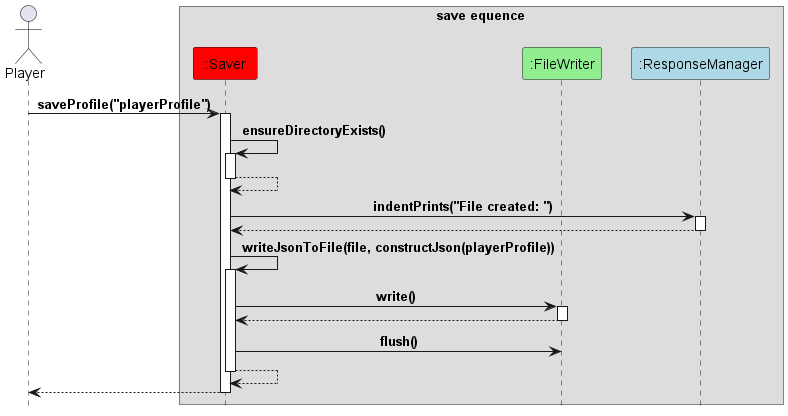
Earlier version of the PlantUML export docs/UML diagram/Save.png (StargazerX0/tp). Source of this version:
```plantuml
@startuml
!include Style.puml

Actor "Player" as player
box "save equence"
participant ":Saver" as saver #Red
participant ":FileWriter" as fileWriter #lightGreen
participant ":ResponseManager" as responseManager #LightBlue
end box

player -> saver : saveProfile("playerProfile")
activate saver

saver -> saver : ensureDirectoryExists()
activate saver
return

saver -> responseManager : indentPrints("File created: ")
activate responseManager
return

saver -> saver : writeJsonToFile(file, constructJson(playerProfile))
activate saver

saver -> fileWriter : write()
activate fileWriter
return

saver -> fileWriter : flush()
return
return
@enduml
```
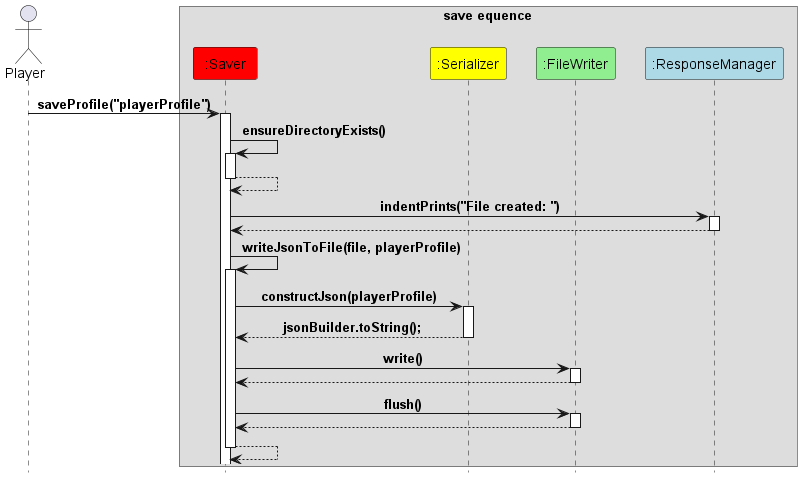
The same diagram one commit later.

The edit, as a diff of the source:
```diff
@@ -4,6 +4,7 @@
 Actor "Player" as player
 box "save equence"
 participant ":Saver" as saver #Red
+participant ":Serializer" as serializer #Yellow
 participant ":FileWriter" as fileWriter #lightGreen
 participant ":ResponseManager" as responseManager #LightBlue
 end box
@@ -19,14 +20,20 @@
 activate responseManager
 return
 
-saver -> saver : writeJsonToFile(file, constructJson(playerProfile))
+saver -> saver : writeJsonToFile(file, playerProfile)
 activate saver
+
+saver -> serializer : constructJson(playerProfile)
+activate serializer
+return jsonBuilder.toString();
+
 
 saver -> fileWriter : write()
 activate fileWriter
 return
 
 saver -> fileWriter : flush()
+activate fileWriter
 return
 return
 @enduml
```
